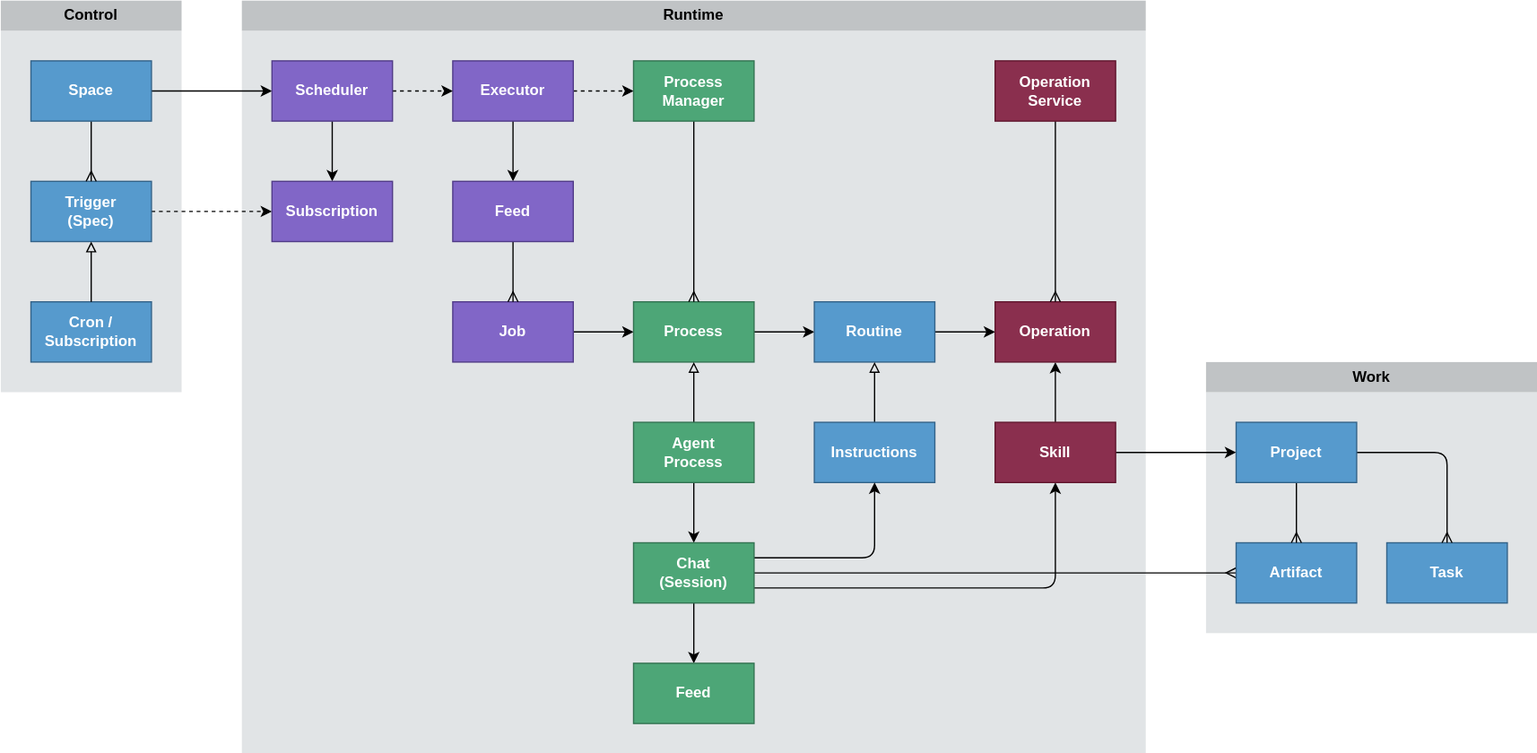
Above: docs/design/diagrams/process-architecture.drawio.svg in dxos/dxos (draw.io), before the change. Source tidied: cells renumbered, new cells last; positions are measured from the earlier drawing's top-left corner, leaving out a move shared by most shapes.
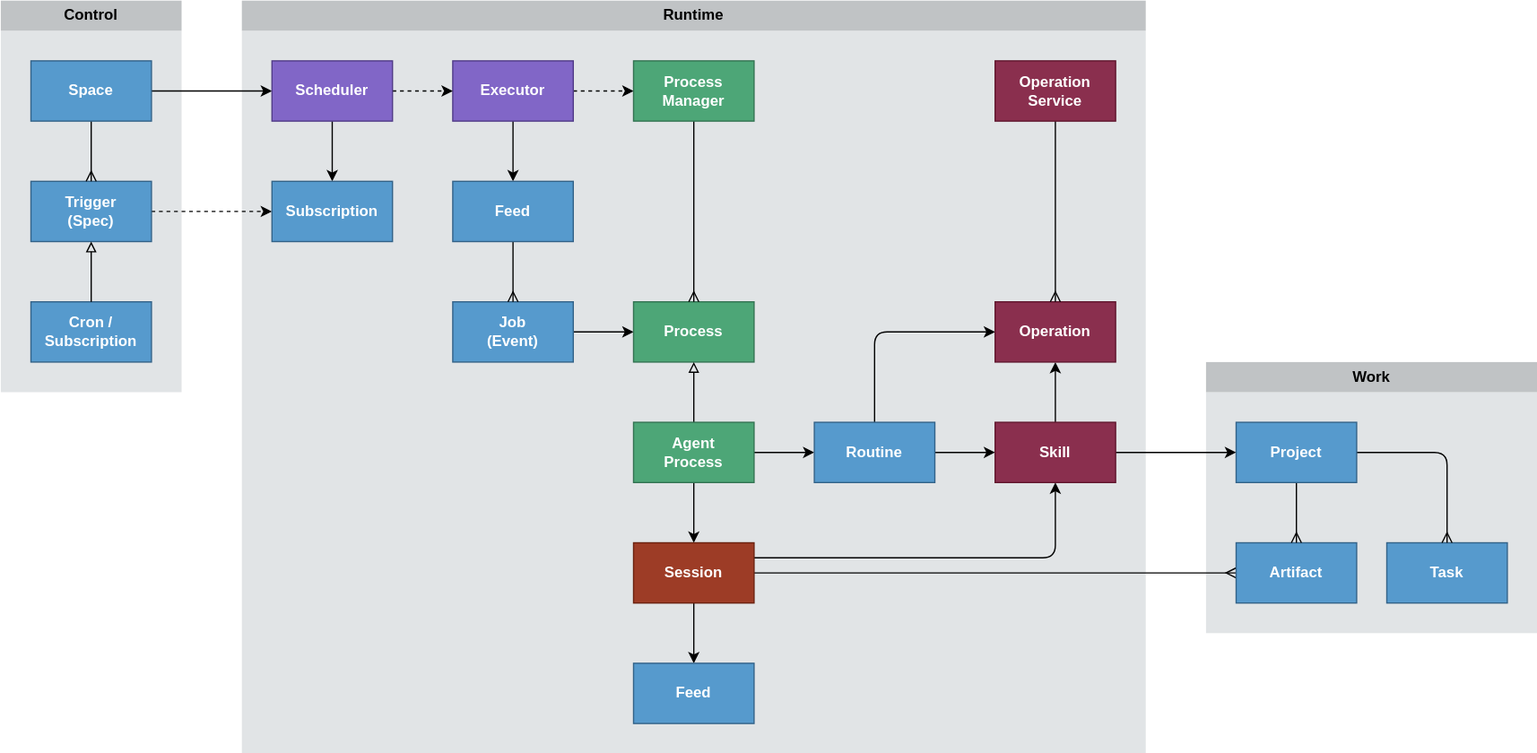
After the commit.

Commit message:
docs: process architecture schematic; note Chat→Session rename

Diff of the diagram source:
```diff
@@ -17,7 +17,7 @@
     <mxCell id="6" style="edgeStyle=none;html=1;exitX=1;exitY=0.5;exitDx=0;exitDy=0;fontStyle=1;" parent="1" edge="1" source="7" target="11">
       <mxGeometry relative="1" as="geometry" />
     </mxCell>
-    <mxCell id="7" value="Job" style="rounded=0;whiteSpace=wrap;html=1;fillColor=#8166C7;fontColor=#FFFFFF;strokeColor=#513B88;fontStyle=1;" parent="1" vertex="1">
+    <mxCell id="7" value="Job&lt;br&gt;(Event)" style="rounded=0;whiteSpace=wrap;html=1;fillColor=#569ACD;fontColor=#FFFFFF;strokeColor=#326288;fontStyle=1;" parent="1" vertex="1">
       <mxGeometry x="360" y="240" width="96" height="48" as="geometry" />
     </mxCell>
     <mxCell id="8" style="edgeStyle=none;html=1;exitX=1;exitY=0.5;exitDx=0;exitDy=0;dashed=1;fontStyle=1;" parent="1" edge="1" source="9" target="52">
@@ -26,7 +26,7 @@
     <mxCell id="9" value="Trigger&lt;br&gt;(Spec)" style="rounded=0;whiteSpace=wrap;html=1;fillColor=#569ACD;fontColor=#FFFFFF;strokeColor=#326288;fontStyle=1;" parent="1" vertex="1">
       <mxGeometry x="24" y="144" width="96" height="48" as="geometry" />
     </mxCell>
-    <mxCell id="10" style="edgeStyle=none;html=1;exitX=1;exitY=0.5;exitDx=0;exitDy=0;fontStyle=1;" parent="1" edge="1" source="11" target="15">
+    <mxCell id="10" style="edgeStyle=none;html=1;exitX=1;exitY=0.5;exitDx=0;exitDy=0;fontStyle=1;" parent="1" edge="1" source="24" target="15">
       <mxGeometry relative="1" as="geometry" />
     </mxCell>
     <mxCell id="11" value="Process" style="rounded=0;whiteSpace=wrap;html=1;fillColor=#4DA677;fontColor=#FFFFFF;strokeColor=#337352;fontStyle=1;" parent="1" vertex="1">
@@ -35,19 +35,25 @@
     <mxCell id="12" value="Cron /&lt;br&gt;Subscription" style="rounded=0;whiteSpace=wrap;html=1;fillColor=#569ACD;fontColor=#FFFFFF;strokeColor=#326288;fontStyle=1;" parent="1" vertex="1">
       <mxGeometry x="24" y="240" width="96" height="48" as="geometry" />
     </mxCell>
-    <mxCell id="13" style="edgeStyle=none;html=1;exitX=1;exitY=0.75;exitDx=0;exitDy=0;fontStyle=1;" parent="1" edge="1" source="30" target="41">
+    <mxCell id="13" style="edgeStyle=none;html=1;exitX=1;exitY=0.25;exitDx=0;exitDy=0;fontStyle=1;" parent="1" edge="1" source="30" target="41">
       <mxGeometry relative="1" as="geometry">
         <Array as="points">
-          <mxPoint x="768" y="468" />
-          <mxPoint x="840" y="468" />
+          <mxPoint x="840" y="444" />
         </Array>
       </mxGeometry>
     </mxCell>
-    <mxCell id="14" style="edgeStyle=none;html=1;exitX=1;exitY=0.5;exitDx=0;exitDy=0;fontStyle=1;" parent="1" edge="1" source="15" target="42">
+    <mxCell id="14" style="edgeStyle=none;html=1;exitX=1;exitY=0.5;exitDx=0;exitDy=0;fontStyle=1;" parent="1" edge="1" source="15" target="41">
       <mxGeometry relative="1" as="geometry" />
     </mxCell>
+    <mxCell id="54" style="edgeStyle=none;html=1;exitX=0.5;exitY=0;exitDx=0;exitDy=0;entryX=0;entryY=0.5;entryDx=0;entryDy=0;" parent="1" edge="1" source="15" target="42">
+      <mxGeometry relative="1" as="geometry">
+        <Array as="points">
+          <mxPoint x="696" y="264" />
+        </Array>
+      </mxGeometry>
+    </mxCell>
     <mxCell id="15" value="Routine" style="rounded=0;whiteSpace=wrap;html=1;fillColor=#569ACD;fontColor=#FFFFFF;strokeColor=#326288;fontStyle=1;" parent="1" vertex="1">
-      <mxGeometry x="648" y="240" width="96" height="48" as="geometry" />
+      <mxGeometry x="648" y="336" width="96" height="48" as="geometry" />
     </mxCell>
     <mxCell id="16" style="edgeStyle=none;html=1;endArrow=ERmany;endFill=0;fontStyle=1;" parent="1" edge="1" source="48" target="7">
       <mxGeometry relative="1" as="geometry" />
@@ -76,29 +82,16 @@
     <mxCell id="24" value="Agent&lt;br&gt;Process" style="rounded=0;whiteSpace=wrap;html=1;fillColor=#4DA677;fontColor=#FFFFFF;strokeColor=#337352;fontStyle=1;" parent="1" vertex="1">
       <mxGeometry x="504" y="336" width="96" height="48" as="geometry" />
     </mxCell>
-    <mxCell id="25" style="edgeStyle=none;html=1;exitX=0.5;exitY=0;exitDx=0;exitDy=0;endArrow=block;endFill=0;fontStyle=1;" parent="1" edge="1" source="26" target="15">
-      <mxGeometry relative="1" as="geometry" />
-    </mxCell>
-    <mxCell id="26" value="Instructions" style="rounded=0;whiteSpace=wrap;html=1;fillColor=#569ACD;fontColor=#FFFFFF;strokeColor=#326288;fontStyle=1;" parent="1" vertex="1">
-      <mxGeometry x="648" y="336" width="96" height="48" as="geometry" />
-    </mxCell>
     <mxCell id="27" style="edgeStyle=none;html=1;exitX=0.5;exitY=1;exitDx=0;exitDy=0;fontStyle=1;" parent="1" edge="1" source="30" target="31">
       <mxGeometry relative="1" as="geometry" />
     </mxCell>
     <mxCell id="28" style="edgeStyle=none;html=1;exitX=1;exitY=0.5;exitDx=0;exitDy=0;endArrow=ERmany;endFill=0;fontStyle=1;" parent="1" edge="1" source="30" target="32">
       <mxGeometry relative="1" as="geometry" />
     </mxCell>
-    <mxCell id="29" style="edgeStyle=none;html=1;exitX=1;exitY=0.25;exitDx=0;exitDy=0;entryX=0.5;entryY=1;entryDx=0;entryDy=0;fontStyle=1;" parent="1" edge="1" source="30" target="26">
-      <mxGeometry relative="1" as="geometry">
-        <Array as="points">
-          <mxPoint x="696" y="444" />
-        </Array>
-      </mxGeometry>
-    </mxCell>
-    <mxCell id="30" value="Chat&lt;br&gt;(Session)" style="rounded=0;whiteSpace=wrap;html=1;fillColor=#4DA677;fontColor=#FFFFFF;strokeColor=#337352;fontStyle=1;" parent="1" vertex="1">
+    <mxCell id="30" value="Session" style="rounded=0;whiteSpace=wrap;html=1;fillColor=#9D3C26;fontColor=#FFFFFF;strokeColor=#6B2210;fontStyle=1;" parent="1" vertex="1">
       <mxGeometry x="504" y="432" width="96" height="48" as="geometry" />
     </mxCell>
-    <mxCell id="31" value="Feed" style="rounded=0;whiteSpace=wrap;html=1;fillColor=#4DA677;fontColor=#FFFFFF;strokeColor=#337352;fontStyle=1;" parent="1" vertex="1">
+    <mxCell id="31" value="Feed" style="rounded=0;whiteSpace=wrap;html=1;fillColor=#569ACD;fontColor=#FFFFFF;strokeColor=#326288;fontStyle=1;" parent="1" vertex="1">
       <mxGeometry x="504" y="528" width="96" height="48" as="geometry" />
     </mxCell>
     <mxCell id="32" value="Artifact" style="rounded=0;whiteSpace=wrap;html=1;fillColor=#569ACD;fontColor=#FFFFFF;strokeColor=#326288;fontStyle=1;" parent="1" vertex="1">
@@ -153,7 +146,7 @@
     <mxCell id="47" value="Operation&lt;br&gt;Service" style="rounded=0;whiteSpace=wrap;html=1;fillColor=#8A2F4E;fontColor=#FFFFFF;strokeColor=#60162D;fontStyle=1;" parent="1" vertex="1">
       <mxGeometry x="792" y="48" width="96" height="48" as="geometry" />
     </mxCell>
-    <mxCell id="48" value="Feed" style="rounded=0;whiteSpace=wrap;html=1;fillColor=#8166C7;fontColor=#FFFFFF;strokeColor=#513B88;fontStyle=1;" parent="1" vertex="1">
+    <mxCell id="48" value="Feed" style="rounded=0;whiteSpace=wrap;html=1;fillColor=#569ACD;fontColor=#FFFFFF;strokeColor=#326288;fontStyle=1;" parent="1" vertex="1">
       <mxGeometry x="360" y="144" width="96" height="48" as="geometry" />
     </mxCell>
     <mxCell id="49" style="edgeStyle=none;html=1;exitX=1;exitY=0.5;exitDx=0;exitDy=0;dashed=1;fontStyle=1;" parent="1" edge="1" source="51" target="18">
@@ -165,7 +158,7 @@
     <mxCell id="51" value="Scheduler" style="rounded=0;whiteSpace=wrap;html=1;fillColor=#8166C7;fontColor=#FFFFFF;strokeColor=#513B88;fontStyle=1;" parent="1" vertex="1">
       <mxGeometry x="216" y="48" width="96" height="48" as="geometry" />
     </mxCell>
-    <mxCell id="52" value="Subscription" style="rounded=0;whiteSpace=wrap;html=1;fillColor=#8166C7;fontColor=#FFFFFF;strokeColor=#513B88;fontStyle=1;" parent="1" vertex="1">
+    <mxCell id="52" value="Subscription" style="rounded=0;whiteSpace=wrap;html=1;fillColor=#569ACD;fontColor=#FFFFFF;strokeColor=#326288;fontStyle=1;" parent="1" vertex="1">
       <mxGeometry x="216" y="144" width="96" height="48" as="geometry" />
     </mxCell>
     <mxCell id="53" style="edgeStyle=none;html=1;endArrow=block;endFill=0;fontStyle=1;" parent="1" edge="1" source="12" target="9">
```
